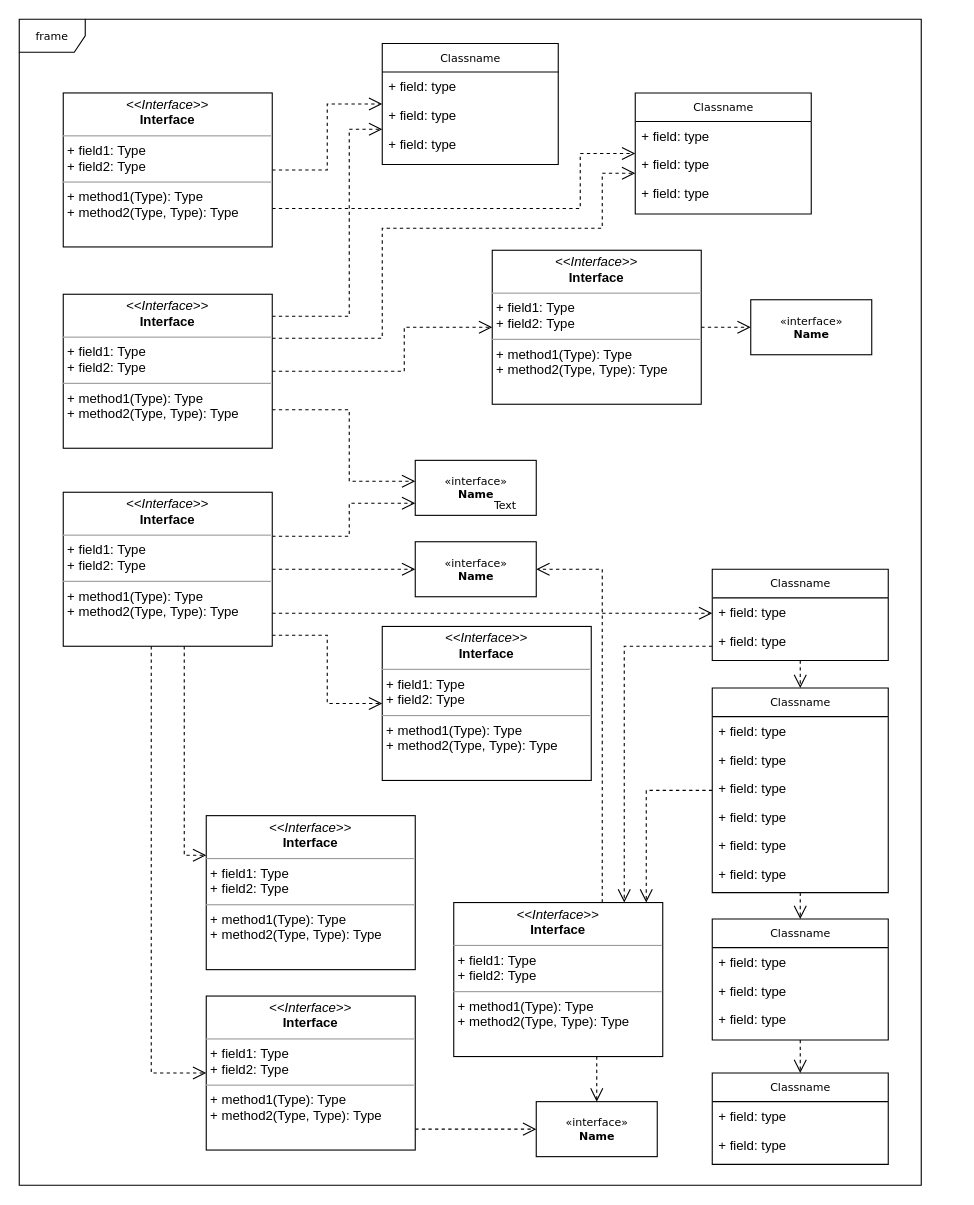
Above: Untitled Diagram.drawio in zizzeroni/ing-sw-2023-rovelli-pessina-riccardi-tosetti (draw.io), before the change. Source tidied: cells renumbered, new cells numbered last; positions are measured from the earlier drawing's top-left corner, leaving out a move shared by most shapes. Both pictures are drawn from the tidied source at 110%, with x=0, y=0 at pixel (19, 19).
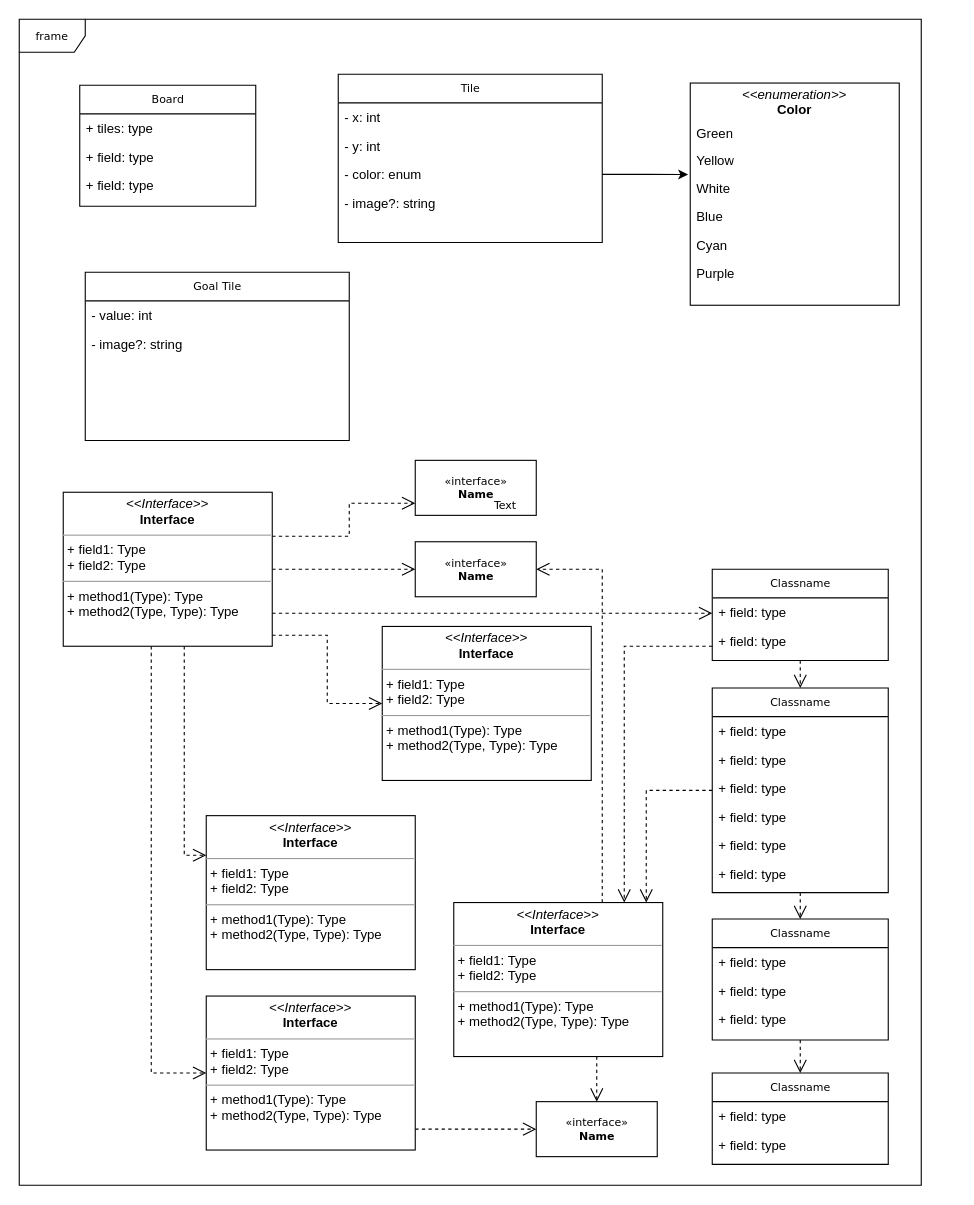
The same diagram, later.

Commit message:
Update UML with Color and Tile

The change refers to these unchanged cells:
```xml
<mxCell id="41" value="&amp;laquo;interface&amp;raquo;&lt;br&gt;&lt;b&gt;Name&lt;/b&gt;" style="html=1;rounded=0;shadow=0;comic=0;labelBackgroundColor=none;strokeWidth=1;fontFamily=Verdana;fontSize=10;align=center;" parent="1" vertex="1">
  <mxGeometry x="360" y="401" width="110" height="50" as="geometry" />
</mxCell>
```

Change to the diagram source:
```diff
@@
-    <mxCell id="12" value="Classname" style="swimlane;html=1;fontStyle=0;horizontal=1;startSize=26;fillColor=none;swimlaneFillColor=#ffffff;rounded=0;shadow=0;comic=0;labelBackgroundColor=none;strokeWidth=1;fontFamily=Verdana;fontSize=10;align=center;" parent="1" vertex="1">
-      <mxGeometry x="330" y="22" width="160" height="110" as="geometry" />
+    <mxCell id="12" value="Board" style="swimlane;html=1;fontStyle=0;horizontal=1;startSize=26;fillColor=none;swimlaneFillColor=#ffffff;rounded=0;shadow=0;comic=0;labelBackgroundColor=none;strokeWidth=1;fontFamily=Verdana;fontSize=10;align=center;" parent="1" vertex="1">
+      <mxGeometry x="55" y="60" width="160" height="110" as="geometry" />
     </mxCell>
-    <mxCell id="13" value="+ field: type" style="text;html=1;strokeColor=none;fillColor=none;align=left;verticalAlign=top;spacingLeft=4;spacingRight=4;whiteSpace=wrap;overflow=hidden;" parent="12" vertex="1">
+    <mxCell id="13" value="+ tiles: type" style="text;html=1;strokeColor=none;fillColor=none;align=left;verticalAlign=top;spacingLeft=4;spacingRight=4;whiteSpace=wrap;overflow=hidden;" parent="12" vertex="1">
       <mxGeometry y="26" width="160" height="26" as="geometry" />
     </mxCell>
@@
-    <mxCell id="16" value="Classname" style="swimlane;html=1;fontStyle=0;horizontal=1;startSize=26;fillColor=none;swimlaneFillColor=#ffffff;rounded=0;shadow=0;comic=0;labelBackgroundColor=none;strokeWidth=1;fontFamily=Verdana;fontSize=10;align=center;" parent="1" vertex="1">
-      <mxGeometry x="560" y="67" width="160" height="110" as="geometry" />
+    <mxCell id="16" value="Tile" style="swimlane;html=1;fontStyle=0;horizontal=1;startSize=26;fillColor=none;swimlaneFillColor=#ffffff;rounded=0;shadow=0;comic=0;labelBackgroundColor=none;strokeWidth=1;fontFamily=Verdana;fontSize=10;align=center;" parent="1" vertex="1">
+      <mxGeometry x="290" y="50" width="240" height="153" as="geometry" />
     </mxCell>
-    <mxCell id="17" value="+ field: type" style="text;html=1;strokeColor=none;fillColor=none;align=left;verticalAlign=top;spacingLeft=4;spacingRight=4;whiteSpace=wrap;overflow=hidden;" parent="16" vertex="1">
-      <mxGeometry y="26" width="160" height="26" as="geometry" />
+    <mxCell id="17" value="- x: int" style="text;html=1;strokeColor=none;fillColor=none;align=left;verticalAlign=top;spacingLeft=4;spacingRight=4;whiteSpace=wrap;overflow=hidden;" parent="16" vertex="1">
+      <mxGeometry y="26" width="240" height="26" as="geometry" />
     </mxCell>
-    <mxCell id="18" value="+ field: type" style="text;html=1;strokeColor=none;fillColor=none;align=left;verticalAlign=top;spacingLeft=4;spacingRight=4;whiteSpace=wrap;overflow=hidden;" parent="16" vertex="1">
-      <mxGeometry y="52" width="160" height="26" as="geometry" />
+    <mxCell id="18" value="- y: int" style="text;html=1;strokeColor=none;fillColor=none;align=left;verticalAlign=top;spacingLeft=4;spacingRight=4;whiteSpace=wrap;overflow=hidden;" parent="16" vertex="1">
+      <mxGeometry y="52" width="240" height="26" as="geometry" />
     </mxCell>
-    <mxCell id="19" value="+ field: type" style="text;html=1;strokeColor=none;fillColor=none;align=left;verticalAlign=top;spacingLeft=4;spacingRight=4;whiteSpace=wrap;overflow=hidden;points=[[0,0.5],[1,0.5]];portConstraint=eastwest;" parent="16" vertex="1">
-      <mxGeometry y="78" width="160" height="26" as="geometry" />
+    <mxCell id="19" value="- color: enum" style="text;html=1;strokeColor=none;fillColor=none;align=left;verticalAlign=top;spacingLeft=4;spacingRight=4;whiteSpace=wrap;overflow=hidden;points=[[0,0.5],[1,0.5]];portConstraint=eastwest;" parent="16" vertex="1">
+      <mxGeometry y="78" width="240" height="26" as="geometry" />
     </mxCell>
+    <mxCell id="62" value="- image?: string" style="text;html=1;strokeColor=none;fillColor=none;align=left;verticalAlign=top;spacingLeft=4;spacingRight=4;whiteSpace=wrap;overflow=hidden;" parent="16" vertex="1">
+      <mxGeometry y="104" width="240" height="26" as="geometry" />
+    </mxCell>
@@
-    <mxCell id="42" style="edgeStyle=orthogonalEdgeStyle;rounded=0;html=1;dashed=1;labelBackgroundColor=none;startFill=0;endArrow=open;endFill=0;endSize=10;fontFamily=Verdana;fontSize=10;" parent="1" edge="1" source="43" target="45">
-      <mxGeometry relative="1" as="geometry" />
-    </mxCell>
-    <mxCell id="43" value="&lt;p style=&quot;margin:0px;margin-top:4px;text-align:center;&quot;&gt;&lt;i&gt;&amp;lt;&amp;lt;Interface&amp;gt;&amp;gt;&lt;/i&gt;&lt;br/&gt;&lt;b&gt;Interface&lt;/b&gt;&lt;/p&gt;&lt;hr size=&quot;1&quot;/&gt;&lt;p style=&quot;margin:0px;margin-left:4px;&quot;&gt;+ field1: Type&lt;br/&gt;+ field2: Type&lt;/p&gt;&lt;hr size=&quot;1&quot;/&gt;&lt;p style=&quot;margin:0px;margin-left:4px;&quot;&gt;+ method1(Type): Type&lt;br/&gt;+ method2(Type, Type): Type&lt;/p&gt;" style="verticalAlign=top;align=left;overflow=fill;fontSize=12;fontFamily=Helvetica;html=1;rounded=0;shadow=0;comic=0;labelBackgroundColor=none;strokeWidth=1;" parent="1" vertex="1">
-      <mxGeometry x="430" y="210" width="190" height="140" as="geometry" />
-    </mxCell>
@@
-    <mxCell id="45" value="&amp;laquo;interface&amp;raquo;&lt;br&gt;&lt;b&gt;Name&lt;/b&gt;" style="html=1;rounded=0;shadow=0;comic=0;labelBackgroundColor=none;strokeWidth=1;fontFamily=Verdana;fontSize=10;align=center;" parent="1" vertex="1">
-      <mxGeometry x="665" y="255" width="110" height="50" as="geometry" />
-    </mxCell>
-    <mxCell id="46" style="edgeStyle=orthogonalEdgeStyle;rounded=0;html=1;labelBackgroundColor=none;startFill=0;endArrow=open;endFill=0;endSize=10;fontFamily=Verdana;fontSize=10;dashed=1;" parent="1" edge="1" source="48" target="12">
-      <mxGeometry relative="1" as="geometry" />
-    </mxCell>
-    <mxCell id="47" style="edgeStyle=orthogonalEdgeStyle;rounded=0;html=1;exitX=1;exitY=0.75;dashed=1;labelBackgroundColor=none;startFill=0;endArrow=open;endFill=0;endSize=10;fontFamily=Verdana;fontSize=10;" parent="1" edge="1" source="48" target="16">
-      <mxGeometry relative="1" as="geometry">
-        <Array as="points">
-          <mxPoint x="510" y="172" />
-          <mxPoint x="510" y="122" />
-        </Array>
-      </mxGeometry>
-    </mxCell>
-    <mxCell id="48" value="&lt;p style=&quot;margin:0px;margin-top:4px;text-align:center;&quot;&gt;&lt;i&gt;&amp;lt;&amp;lt;Interface&amp;gt;&amp;gt;&lt;/i&gt;&lt;br/&gt;&lt;b&gt;Interface&lt;/b&gt;&lt;/p&gt;&lt;hr size=&quot;1&quot;/&gt;&lt;p style=&quot;margin:0px;margin-left:4px;&quot;&gt;+ field1: Type&lt;br/&gt;+ field2: Type&lt;/p&gt;&lt;hr size=&quot;1&quot;/&gt;&lt;p style=&quot;margin:0px;margin-left:4px;&quot;&gt;+ method1(Type): Type&lt;br/&gt;+ method2(Type, Type): Type&lt;/p&gt;" style="verticalAlign=top;align=left;overflow=fill;fontSize=12;fontFamily=Helvetica;html=1;rounded=0;shadow=0;comic=0;labelBackgroundColor=none;strokeWidth=1;" parent="1" vertex="1">
-      <mxGeometry x="40" y="67" width="190" height="140" as="geometry" />
-    </mxCell>
-    <mxCell id="49" style="edgeStyle=orthogonalEdgeStyle;rounded=0;html=1;dashed=1;labelBackgroundColor=none;startFill=0;endArrow=open;endFill=0;endSize=10;fontFamily=Verdana;fontSize=10;" parent="1" edge="1" source="53" target="12">
-      <mxGeometry relative="1" as="geometry">
-        <Array as="points">
-          <mxPoint x="300" y="270" />
-          <mxPoint x="300" y="100" />
-        </Array>
-      </mxGeometry>
-    </mxCell>
-    <mxCell id="50" style="edgeStyle=orthogonalEdgeStyle;rounded=0;html=1;dashed=1;labelBackgroundColor=none;startFill=0;endArrow=open;endFill=0;endSize=10;fontFamily=Verdana;fontSize=10;" parent="1" edge="1" source="53" target="16">
-      <mxGeometry relative="1" as="geometry">
-        <Array as="points">
-          <mxPoint x="330" y="290" />
-          <mxPoint x="330" y="190" />
-          <mxPoint x="530" y="190" />
-          <mxPoint x="530" y="140" />
-        </Array>
-      </mxGeometry>
-    </mxCell>
-    <mxCell id="51" style="edgeStyle=orthogonalEdgeStyle;rounded=0;html=1;dashed=1;labelBackgroundColor=none;startFill=0;endArrow=open;endFill=0;endSize=10;fontFamily=Verdana;fontSize=10;" parent="1" edge="1" source="53" target="43">
-      <mxGeometry relative="1" as="geometry">
-        <Array as="points">
-          <mxPoint x="350" y="320" />
-          <mxPoint x="350" y="280" />
-        </Array>
-      </mxGeometry>
-    </mxCell>
-    <mxCell id="52" style="edgeStyle=orthogonalEdgeStyle;rounded=0;html=1;exitX=1;exitY=0.75;dashed=1;labelBackgroundColor=none;startFill=0;endArrow=open;endFill=0;endSize=10;fontFamily=Verdana;fontSize=10;" parent="1" edge="1" source="53" target="41">
-      <mxGeometry relative="1" as="geometry">
-        <Array as="points">
-          <mxPoint x="300" y="355" />
-          <mxPoint x="300" y="420" />
-        </Array>
-      </mxGeometry>
-    </mxCell>
-    <mxCell id="53" value="&lt;p style=&quot;margin:0px;margin-top:4px;text-align:center;&quot;&gt;&lt;i&gt;&amp;lt;&amp;lt;Interface&amp;gt;&amp;gt;&lt;/i&gt;&lt;br/&gt;&lt;b&gt;Interface&lt;/b&gt;&lt;/p&gt;&lt;hr size=&quot;1&quot;/&gt;&lt;p style=&quot;margin:0px;margin-left:4px;&quot;&gt;+ field1: Type&lt;br/&gt;+ field2: Type&lt;/p&gt;&lt;hr size=&quot;1&quot;/&gt;&lt;p style=&quot;margin:0px;margin-left:4px;&quot;&gt;+ method1(Type): Type&lt;br/&gt;+ method2(Type, Type): Type&lt;/p&gt;" style="verticalAlign=top;align=left;overflow=fill;fontSize=12;fontFamily=Helvetica;html=1;rounded=0;shadow=0;comic=0;labelBackgroundColor=none;strokeWidth=1;" parent="1" vertex="1">
-      <mxGeometry x="40" y="250" width="190" height="140" as="geometry" />
-    </mxCell>
@@
+    <mxCell id="63" value="&lt;p style=&quot;margin:0px;margin-top:4px;text-align:center;&quot;&gt;&lt;i&gt;&amp;lt;&amp;lt;enumeration&amp;gt;&amp;gt;&lt;/i&gt;&lt;br&gt;&lt;b&gt;Color&lt;/b&gt;&lt;/p&gt;" style="verticalAlign=top;align=left;overflow=fill;fontSize=12;fontFamily=Helvetica;html=1;rounded=0;shadow=0;comic=0;labelBackgroundColor=none;strokeWidth=1;" parent="1" vertex="1">
+      <mxGeometry x="610" y="58" width="190" height="202" as="geometry" />
+    </mxCell>
+    <mxCell id="64" value="Green" style="text;html=1;strokeColor=none;fillColor=none;align=left;verticalAlign=top;spacingLeft=4;spacingRight=4;whiteSpace=wrap;overflow=hidden;" parent="1" vertex="1">
+      <mxGeometry x="610" y="90" width="240" height="26" as="geometry" />
+    </mxCell>
+    <mxCell id="65" value="Yellow" style="text;html=1;strokeColor=none;fillColor=none;align=left;verticalAlign=top;spacingLeft=4;spacingRight=4;whiteSpace=wrap;overflow=hidden;" parent="1" vertex="1">
+      <mxGeometry x="610" y="115" width="240" height="26" as="geometry" />
+    </mxCell>
+    <mxCell id="66" value="White" style="text;html=1;strokeColor=none;fillColor=none;align=left;verticalAlign=top;spacingLeft=4;spacingRight=4;whiteSpace=wrap;overflow=hidden;points=[[0,0.5],[1,0.5]];portConstraint=eastwest;" parent="1" vertex="1">
+      <mxGeometry x="610" y="140" width="240" height="26" as="geometry" />
+    </mxCell>
+    <mxCell id="67" value="Blue" style="text;html=1;strokeColor=none;fillColor=none;align=left;verticalAlign=top;spacingLeft=4;spacingRight=4;whiteSpace=wrap;overflow=hidden;" parent="1" vertex="1">
+      <mxGeometry x="610" y="166" width="240" height="26" as="geometry" />
+    </mxCell>
+    <mxCell id="68" value="Cyan" style="text;html=1;strokeColor=none;fillColor=none;align=left;verticalAlign=top;spacingLeft=4;spacingRight=4;whiteSpace=wrap;overflow=hidden;" parent="1" vertex="1">
+      <mxGeometry x="610" y="192" width="240" height="26" as="geometry" />
+    </mxCell>
+    <mxCell id="69" value="Purple" style="text;html=1;strokeColor=none;fillColor=none;align=left;verticalAlign=top;spacingLeft=4;spacingRight=4;whiteSpace=wrap;overflow=hidden;" parent="1" vertex="1">
+      <mxGeometry x="610" y="218" width="240" height="26" as="geometry" />
+    </mxCell>
+    <mxCell id="70" value="Goal Tile" style="swimlane;html=1;fontStyle=0;horizontal=1;startSize=26;fillColor=none;swimlaneFillColor=#ffffff;rounded=0;shadow=0;comic=0;labelBackgroundColor=none;strokeWidth=1;fontFamily=Verdana;fontSize=10;align=center;" parent="1" vertex="1">
+      <mxGeometry x="60" y="230" width="240" height="153" as="geometry" />
+    </mxCell>
+    <mxCell id="71" value="- value: int" style="text;html=1;strokeColor=none;fillColor=none;align=left;verticalAlign=top;spacingLeft=4;spacingRight=4;whiteSpace=wrap;overflow=hidden;" parent="70" vertex="1">
+      <mxGeometry y="26" width="240" height="26" as="geometry" />
+    </mxCell>
+    <mxCell id="72" value="- image?: string" style="text;html=1;strokeColor=none;fillColor=none;align=left;verticalAlign=top;spacingLeft=4;spacingRight=4;whiteSpace=wrap;overflow=hidden;" parent="70" vertex="1">
+      <mxGeometry y="52" width="240" height="26" as="geometry" />
+    </mxCell>
+    <mxCell id="73" style="edgeStyle=orthogonalEdgeStyle;rounded=0;jettySize=auto;html=1;entryX=-0.008;entryY=0.045;entryDx=0;entryDy=0;entryPerimeter=0;" parent="1" edge="1" source="19" target="66">
+      <mxGeometry relative="1" as="geometry" />
+    </mxCell>
```
